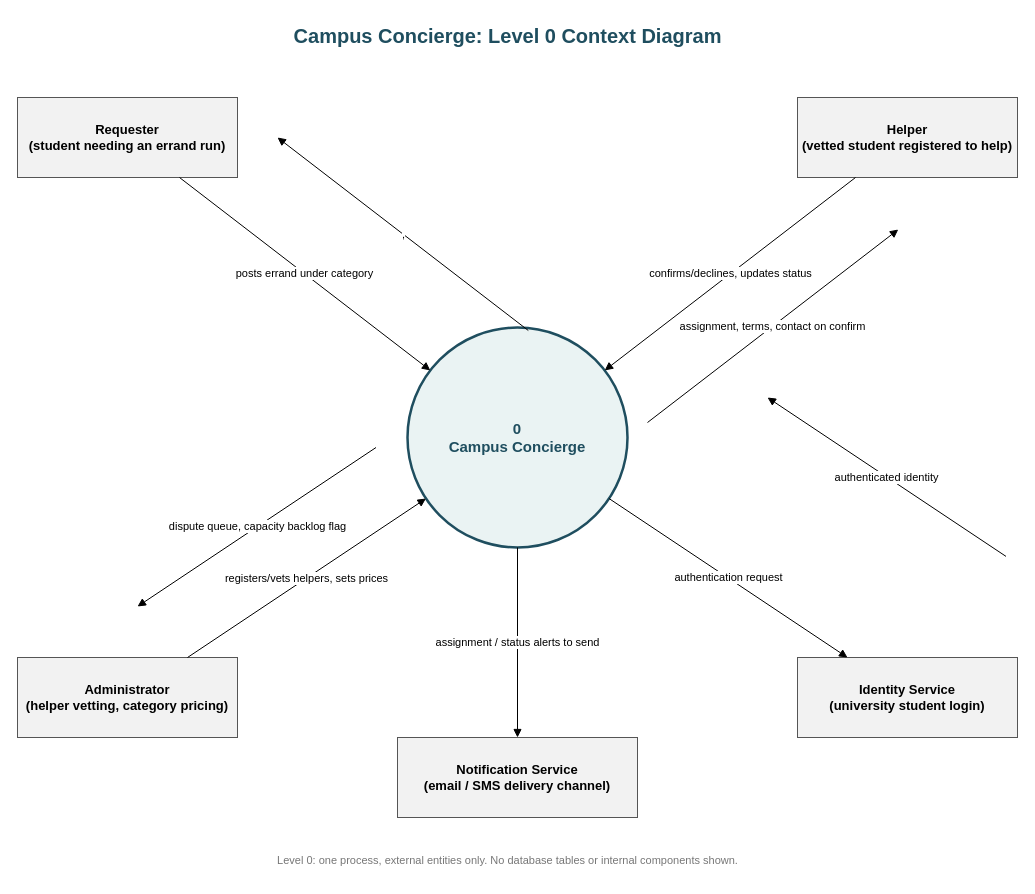
Before: models/context/level-0-context.drawio in kaelowadingalo1-sys/CampusConcierge-, a draw.io diagram. Source tidied: cells renumbered, new cells numbered last; positions are measured from the earlier drawing's top-left corner, leaving out a move shared by most shapes. Both pictures are drawn from the tidied source at 100%, with x=0, y=0 at pixel (17, 17).
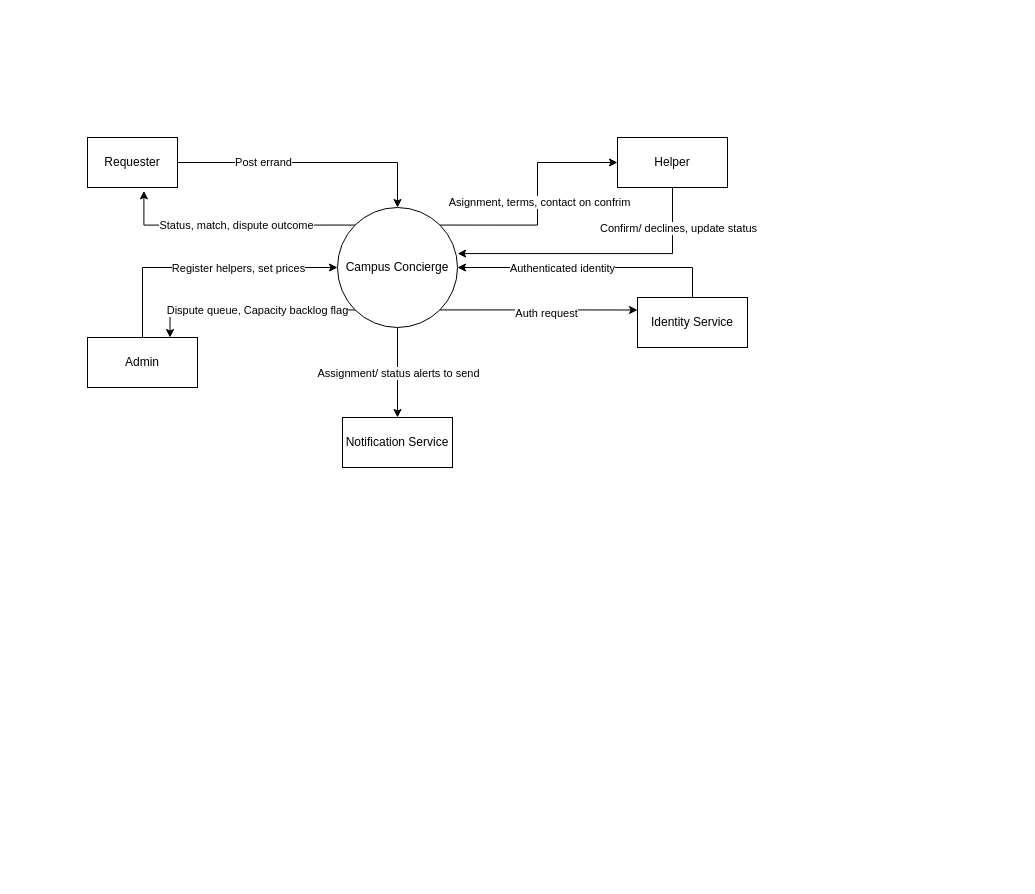
The same diagram, later.

Commit message (it also covers changes not shown here):
Lab 3: functional requirements, acceptance criteria, quality scenarios, use case diagram

Diff of the diagram source:
```diff
@@
-    <mxCell id="2" value="Campus Concierge: Level 0 Context Diagram" style="text;html=1;fontSize=20;fontStyle=1;fontColor=#1F4E5F;align=center;" parent="1" vertex="1">
-      <mxGeometry x="240" width="500" height="30" as="geometry" />
-    </mxCell>
-    <mxCell id="3" value="0&#10;Campus Concierge" style="ellipse;whiteSpace=wrap;html=1;fillColor=#EAF3F3;strokeColor=#1F4E5F;strokeWidth=2.5;fontSize=15;fontStyle=1;fontColor=#1F4E5F;" parent="1" vertex="1">
-      <mxGeometry x="390" y="310" width="220" height="220" as="geometry" />
-    </mxCell>
-    <mxCell id="4" value="Requester&#10;(student needing an errand run)" style="rounded=0;whiteSpace=wrap;html=1;fillColor=#F2F2F2;strokeColor=#555555;fontSize=13;fontStyle=1;" parent="1" vertex="1">
-      <mxGeometry y="80" width="220" height="80" as="geometry" />
-    </mxCell>
-    <mxCell id="5" value="Helper&#10;(vetted student registered to help)" style="rounded=0;whiteSpace=wrap;html=1;fillColor=#F2F2F2;strokeColor=#555555;fontSize=13;fontStyle=1;" parent="1" vertex="1">
-      <mxGeometry x="780" y="80" width="220" height="80" as="geometry" />
-    </mxCell>
-    <mxCell id="6" value="Administrator&#10;(helper vetting, category pricing)" style="rounded=0;whiteSpace=wrap;html=1;fillColor=#F2F2F2;strokeColor=#555555;fontSize=13;fontStyle=1;" parent="1" vertex="1">
-      <mxGeometry y="640" width="220" height="80" as="geometry" />
-    </mxCell>
-    <mxCell id="7" value="Identity Service&#10;(university student login)" style="rounded=0;whiteSpace=wrap;html=1;fillColor=#F2F2F2;strokeColor=#555555;fontSize=13;fontStyle=1;" parent="1" vertex="1">
-      <mxGeometry x="780" y="640" width="220" height="80" as="geometry" />
-    </mxCell>
-    <mxCell id="8" value="Notification Service&#10;(email / SMS delivery channel)" style="rounded=0;whiteSpace=wrap;html=1;fillColor=#F2F2F2;strokeColor=#555555;fontSize=13;fontStyle=1;" parent="1" vertex="1">
-      <mxGeometry x="380" y="720" width="240" height="80" as="geometry" />
-    </mxCell>
-    <mxCell id="9" value="posts errand under category" style="edgeStyle=none;html=1;endArrow=block;fontSize=11;" parent="1" edge="1" source="4" target="3">
-      <mxGeometry relative="1" as="geometry" />
-    </mxCell>
-    <mxCell id="10" value="," style="edgeStyle=none;html=1;endArrow=block;fontSize=11;" parent="1" edge="1">
-      <mxGeometry relative="1" as="geometry">
-        <mxPoint x="510.8" y="313" as="sourcePoint" />
-        <mxPoint x="260" y="120" as="targetPoint" />
-      </mxGeometry>
-    </mxCell>
-    <mxCell id="11" value="confirms/declines, updates status" style="edgeStyle=none;html=1;endArrow=block;fontSize=11;" parent="1" edge="1" source="5" target="3">
-      <mxGeometry relative="1" as="geometry" />
-    </mxCell>
-    <mxCell id="12" value="assignment, terms, contact on confirm" style="edgeStyle=none;html=1;endArrow=block;fontSize=11;" parent="1" edge="1">
-      <mxGeometry relative="1" as="geometry">
-        <mxPoint x="630" y="405" as="sourcePoint" />
-        <mxPoint x="880.8" y="212" as="targetPoint" />
-      </mxGeometry>
-    </mxCell>
-    <mxCell id="13" value="registers/vets helpers, sets prices" style="edgeStyle=none;html=1;endArrow=block;fontSize=11;" parent="1" edge="1" source="6" target="3">
-      <mxGeometry relative="1" as="geometry" />
-    </mxCell>
-    <mxCell id="14" value="dispute queue, capacity backlog flag" style="edgeStyle=none;html=1;endArrow=block;fontSize=11;" parent="1" edge="1">
-      <mxGeometry relative="1" as="geometry">
-        <mxPoint x="358.5" y="430" as="sourcePoint" />
-        <mxPoint x="120" y="589" as="targetPoint" />
-      </mxGeometry>
-    </mxCell>
-    <mxCell id="15" value="authentication request" style="edgeStyle=none;html=1;endArrow=block;fontSize=11;" parent="1" edge="1" source="3" target="7">
-      <mxGeometry relative="1" as="geometry" />
-    </mxCell>
-    <mxCell id="16" value="authenticated identity" style="edgeStyle=none;html=1;endArrow=block;fontSize=11;" parent="1" edge="1">
-      <mxGeometry relative="1" as="geometry">
-        <mxPoint x="988.5" y="538.9" as="sourcePoint" />
-        <mxPoint x="750" y="380" as="targetPoint" />
-      </mxGeometry>
-    </mxCell>
-    <mxCell id="17" value="assignment / status alerts to send" style="edgeStyle=none;html=1;endArrow=block;fontSize=11;" parent="1" edge="1" source="3" target="8">
-      <mxGeometry relative="1" as="geometry" />
-    </mxCell>
-    <mxCell id="18" value="Level 0: one process, external entities only. No database tables or internal components shown." style="text;html=1;fontSize=11;fontColor=#777777;align=center;" parent="1" vertex="1">
-      <mxGeometry x="220" y="830" width="540" height="30" as="geometry" />
-    </mxCell>
+    <mxCell id="19" style="edgeStyle=orthogonalEdgeStyle;rounded=0;jettySize=auto;html=1;exitX=1;exitY=0;exitDx=0;exitDy=0;entryX=0;entryY=0.5;entryDx=0;entryDy=0;" parent="1" edge="1" source="27" target="38">
+      <mxGeometry relative="1" as="geometry" />
+    </mxCell>
+    <mxCell id="20" value="Asignment, terms, contact on confrim" style="edgeLabel;html=1;align=center;verticalAlign=middle;" parent="19" vertex="1">
+      <mxGeometry x="0.01" y="-1" relative="1" as="geometry" />
+    </mxCell>
+    <mxCell id="21" style="edgeStyle=orthogonalEdgeStyle;rounded=0;jettySize=auto;html=1;exitX=1;exitY=1;exitDx=0;exitDy=0;entryX=0;entryY=0.25;entryDx=0;entryDy=0;" parent="1" edge="1" source="27" target="37">
+      <mxGeometry relative="1" as="geometry" />
+    </mxCell>
+    <mxCell id="22" value="Auth request" style="edgeLabel;html=1;align=center;verticalAlign=middle;" parent="21" vertex="1">
+      <mxGeometry x="-0.07" y="-3" relative="1" as="geometry">
+        <mxPoint x="14" as="offset" />
+      </mxGeometry>
+    </mxCell>
+    <mxCell id="23" style="edgeStyle=orthogonalEdgeStyle;rounded=0;jettySize=auto;html=1;exitX=0.5;exitY=1;exitDx=0;exitDy=0;" parent="1" edge="1" source="27" target="31">
+      <mxGeometry relative="1" as="geometry" />
+    </mxCell>
+    <mxCell id="24" value="Assignment/ status alerts to send" style="edgeLabel;html=1;align=center;verticalAlign=middle;" parent="23" vertex="1">
+      <mxGeometry x="-0.11" relative="1" as="geometry">
+        <mxPoint y="5" as="offset" />
+      </mxGeometry>
+    </mxCell>
+    <mxCell id="25" style="edgeStyle=orthogonalEdgeStyle;rounded=0;jettySize=auto;html=1;exitX=0;exitY=1;exitDx=0;exitDy=0;entryX=0.75;entryY=0;entryDx=0;entryDy=0;" parent="1" edge="1" source="27" target="34">
+      <mxGeometry relative="1" as="geometry" />
+    </mxCell>
+    <mxCell id="26" value="Dispute queue, Capacity backlog flag" style="edgeLabel;html=1;align=center;verticalAlign=middle;" parent="25" vertex="1">
+      <mxGeometry x="0.26" relative="1" as="geometry">
+        <mxPoint x="36" as="offset" />
+      </mxGeometry>
+    </mxCell>
+    <mxCell id="27" value="Campus Concierge" style="ellipse;whiteSpace=wrap;html=1;shapeInside=1;" parent="1" vertex="1">
+      <mxGeometry x="320" y="190" width="120" height="120" as="geometry" />
+    </mxCell>
+    <mxCell id="28" style="edgeStyle=orthogonalEdgeStyle;rounded=0;jettySize=auto;html=1;" parent="1" edge="1" source="30" target="27">
+      <mxGeometry relative="1" as="geometry" />
+    </mxCell>
+    <mxCell id="29" value="Post errand" style="edgeLabel;html=1;align=center;verticalAlign=middle;" parent="28" vertex="1">
+      <mxGeometry x="-0.36" y="1" relative="1" as="geometry" />
+    </mxCell>
+    <mxCell id="30" value="Requester" style="rounded=0;whiteSpace=wrap;html=1;" parent="1" vertex="1">
+      <mxGeometry x="70" y="120" width="90" height="50" as="geometry" />
+    </mxCell>
+    <mxCell id="31" value="Notification Service" style="rounded=0;whiteSpace=wrap;html=1;" parent="1" vertex="1">
+      <mxGeometry x="325" y="400" width="110" height="50" as="geometry" />
+    </mxCell>
+    <mxCell id="32" style="edgeStyle=orthogonalEdgeStyle;rounded=0;jettySize=auto;html=1;exitX=0.5;exitY=0;exitDx=0;exitDy=0;entryX=0;entryY=0.5;entryDx=0;entryDy=0;" parent="1" edge="1" source="34" target="27">
+      <mxGeometry relative="1" as="geometry" />
+    </mxCell>
+    <mxCell id="33" value="Register helpers, set prices" style="edgeLabel;html=1;align=center;verticalAlign=middle;" parent="32" vertex="1">
+      <mxGeometry x="-0.3" y="-1" relative="1" as="geometry">
+        <mxPoint x="72" y="-1" as="offset" />
+      </mxGeometry>
+    </mxCell>
+    <mxCell id="34" value="Admin" style="rounded=0;whiteSpace=wrap;html=1;" parent="1" vertex="1">
+      <mxGeometry x="70" y="320" width="110" height="50" as="geometry" />
+    </mxCell>
+    <mxCell id="35" style="edgeStyle=orthogonalEdgeStyle;rounded=0;jettySize=auto;html=1;exitX=0.5;exitY=0;exitDx=0;exitDy=0;entryX=1;entryY=0.5;entryDx=0;entryDy=0;" parent="1" edge="1" source="37" target="27">
+      <mxGeometry relative="1" as="geometry" />
+    </mxCell>
+    <mxCell id="36" value="Authenticated identity" style="edgeLabel;html=1;align=center;verticalAlign=middle;" parent="35" vertex="1">
+      <mxGeometry x="0.46" y="1" relative="1" as="geometry">
+        <mxPoint x="32" y="-1" as="offset" />
+      </mxGeometry>
+    </mxCell>
+    <mxCell id="37" value="Identity Service" style="rounded=0;whiteSpace=wrap;html=1;" parent="1" vertex="1">
+      <mxGeometry x="620" y="280" width="110" height="50" as="geometry" />
+    </mxCell>
+    <mxCell id="38" value="Helper" style="rounded=0;whiteSpace=wrap;html=1;" parent="1" vertex="1">
+      <mxGeometry x="600" y="120" width="110" height="50" as="geometry" />
+    </mxCell>
+    <mxCell id="39" style="edgeStyle=orthogonalEdgeStyle;rounded=0;jettySize=auto;html=1;exitX=0;exitY=0;exitDx=0;exitDy=0;entryX=0.627;entryY=1.067;entryDx=0;entryDy=0;entryPerimeter=0;" parent="1" edge="1" source="27" target="30">
+      <mxGeometry relative="1" as="geometry" />
+    </mxCell>
+    <mxCell id="40" value="Status, match, dispute outcome" style="edgeLabel;html=1;align=center;verticalAlign=middle;" parent="39" vertex="1">
+      <mxGeometry x="0.35" relative="1" as="geometry">
+        <mxPoint x="47" as="offset" />
+      </mxGeometry>
+    </mxCell>
+    <mxCell id="41" style="edgeStyle=orthogonalEdgeStyle;rounded=0;jettySize=auto;html=1;exitX=0.5;exitY=1;exitDx=0;exitDy=0;entryX=1.001;entryY=0.384;entryDx=0;entryDy=0;entryPerimeter=0;" parent="1" edge="1" source="38" target="27">
+      <mxGeometry relative="1" as="geometry" />
+    </mxCell>
+    <mxCell id="42" value="Confirm/ declines, update status" style="edgeLabel;html=1;align=center;verticalAlign=middle;" parent="41" vertex="1">
+      <mxGeometry x="-0.74" y="-1" relative="1" as="geometry">
+        <mxPoint x="6" y="3" as="offset" />
+      </mxGeometry>
+    </mxCell>
```
